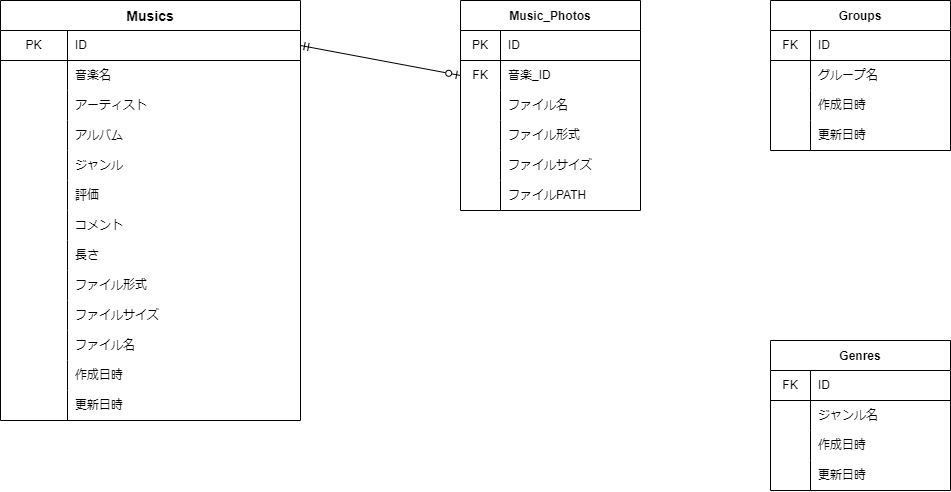
The draw.io diagram er.drawio.png in monomonosu/SoundHornet-React, before a commit. Source tidied: cells renumbered, new cells last; positions are measured from the earlier drawing's top-left corner, leaving out a move shared by most shapes.
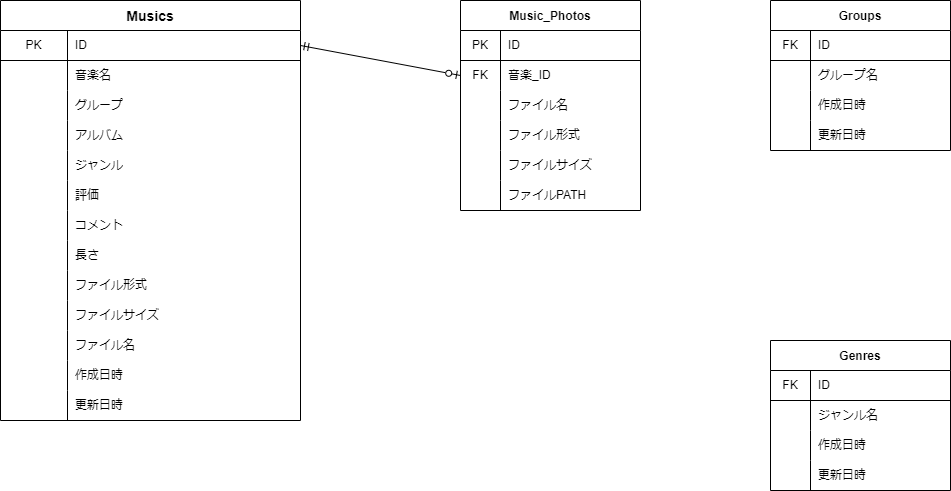
After the change.

Change to the diagram source:
```diff
@@ -29,7 +29,7 @@
     <mxCell id="10" style="shape=partialRectangle;html=1;whiteSpace=wrap;fillColor=none;top=0;left=0;bottom=0;right=0;overflow=hidden;" parent="9" vertex="1">
       <mxGeometry width="67" height="30" as="geometry" />
     </mxCell>
-    <mxCell id="11" value="アーティスト" style="shape=partialRectangle;html=1;whiteSpace=wrap;fillColor=none;top=0;left=0;bottom=0;right=0;align=left;spacingLeft=6;overflow=hidden;" parent="9" vertex="1">
+    <mxCell id="11" value="グループ" style="shape=partialRectangle;html=1;whiteSpace=wrap;fillColor=none;top=0;left=0;bottom=0;right=0;align=left;spacingLeft=6;overflow=hidden;" parent="9" vertex="1">
       <mxGeometry x="67" width="233" height="30" as="geometry" />
     </mxCell>
     <mxCell id="12" style="shape=partialRectangle;html=1;whiteSpace=wrap;fillColor=none;top=0;left=0;bottom=0;right=0;" parent="2" vertex="1">
```
